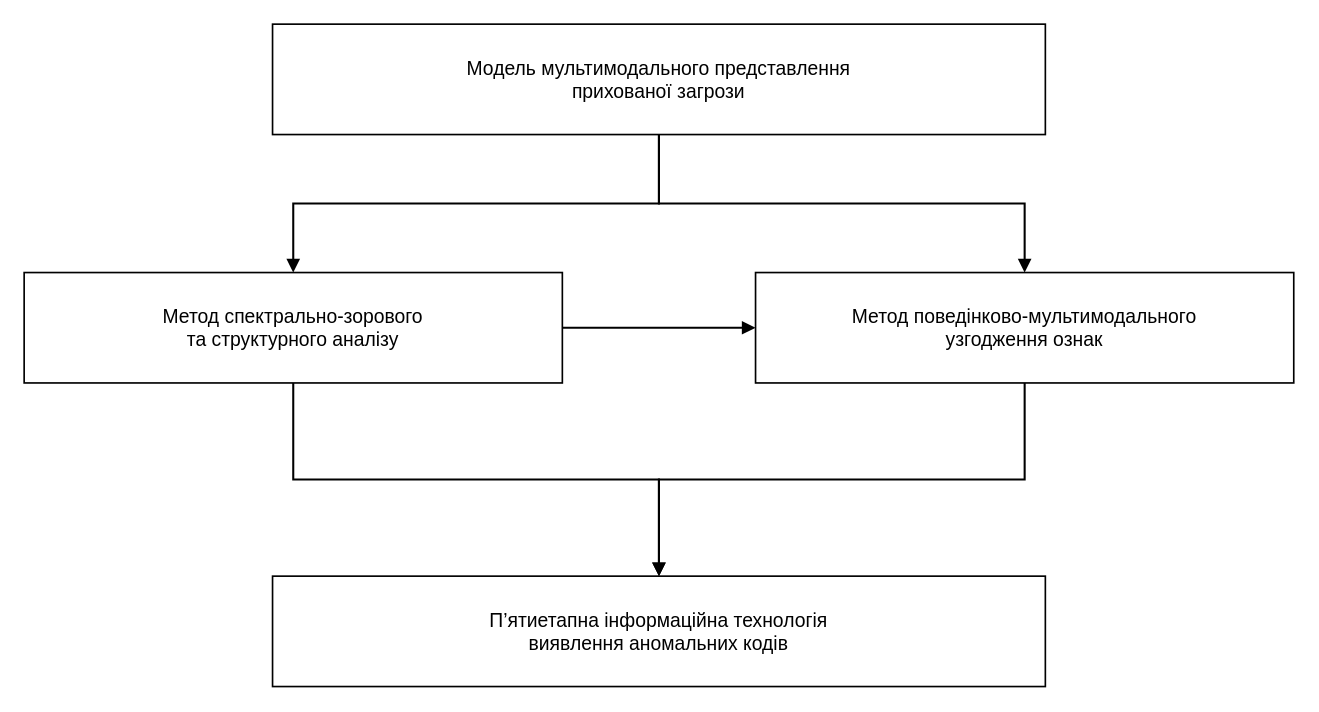
Before: title/figures_drawio/fig_2_5_detection_process.drawio in oleksandrmelnychenko/dima-phd, a draw.io diagram. Source tidied: cells renumbered, new cells numbered last; positions are measured from the earlier drawing's top-left corner, leaving out a move shared by most shapes. Both pictures are drawn from the tidied source at 138%, with x=0, y=0 at pixel (23, 23).
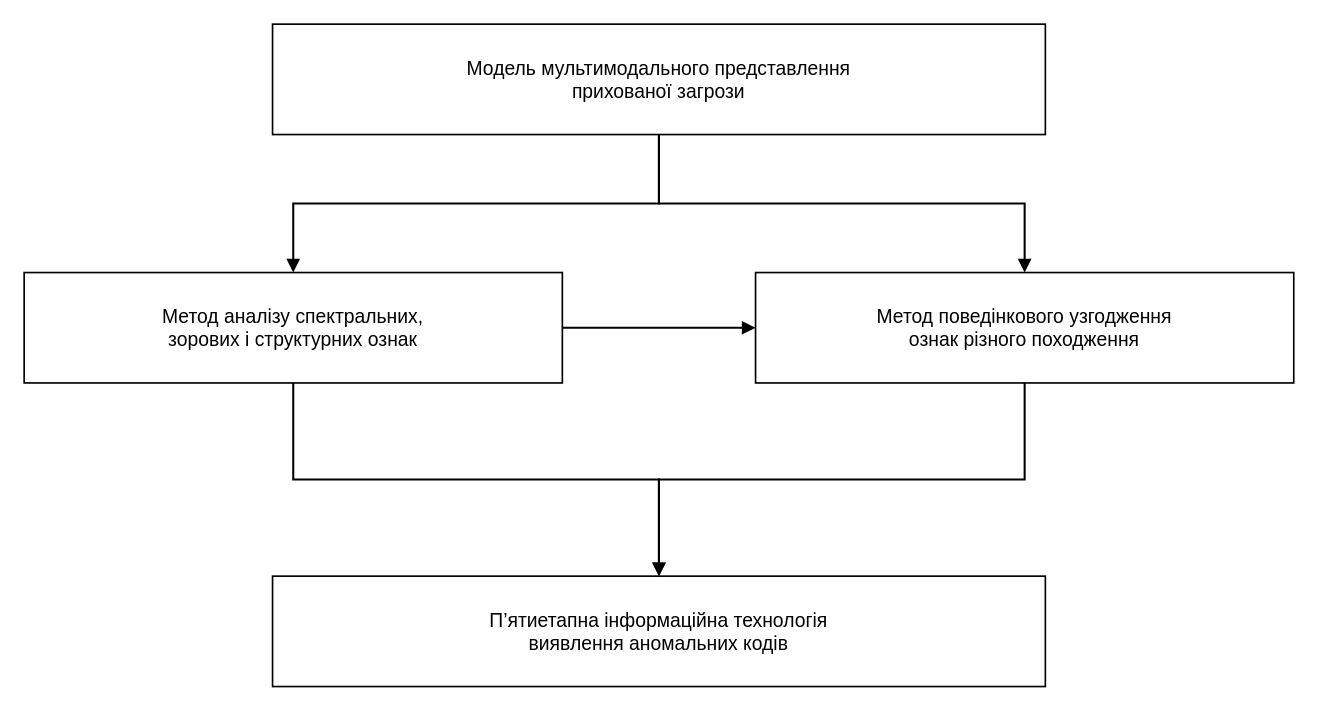
After the change.

The edit, as a diff of the source:
```diff
@@
 <mxGraphModel>
   <root>
     <mxCell id="0" />
     <mxCell id="1" parent="0" />
     <mxCell id="2" value="Модель мультимодального представлення&lt;br&gt;прихованої загрози" style="rounded=0;whiteSpace=wrap;html=1;fillColor=#ffffff;strokeColor=#000000;strokeWidth=1.2;fontColor=#000000;fontSize=14;align=center;verticalAlign=middle;spacing=8;" parent="1" vertex="1">
       <mxGeometry x="180" width="560" height="80" as="geometry" />
     </mxCell>
-    <mxCell id="3" value="Метод спектрально-зорового&lt;br&gt;та структурного аналізу" style="rounded=0;whiteSpace=wrap;html=1;fillColor=#ffffff;strokeColor=#000000;strokeWidth=1.2;fontColor=#000000;fontSize=14;align=center;verticalAlign=middle;spacing=8;" parent="1" vertex="1">
+    <mxCell id="3" value="Метод аналізу спектральних,&lt;br&gt;зорових і структурних ознак" style="rounded=0;whiteSpace=wrap;html=1;fillColor=#ffffff;strokeColor=#000000;strokeWidth=1.2;fontColor=#000000;fontSize=14;align=center;verticalAlign=middle;spacing=8;" parent="1" vertex="1">
       <mxGeometry y="180" width="390" height="80" as="geometry" />
     </mxCell>
-    <mxCell id="4" value="Метод поведінково-мультимодального&lt;br&gt;узгодження ознак" style="rounded=0;whiteSpace=wrap;html=1;fillColor=#ffffff;strokeColor=#000000;strokeWidth=1.2;fontColor=#000000;fontSize=14;align=center;verticalAlign=middle;spacing=8;" parent="1" vertex="1">
+    <mxCell id="4" value="Метод поведінкового узгодження&lt;br&gt;ознак різного походження" style="rounded=0;whiteSpace=wrap;html=1;fillColor=#ffffff;strokeColor=#000000;strokeWidth=1.2;fontColor=#000000;fontSize=14;align=center;verticalAlign=middle;spacing=8;" parent="1" vertex="1">
       <mxGeometry x="530" y="180" width="390" height="80" as="geometry" />
     </mxCell>
     <mxCell id="5" value="П’ятиетапна інформаційна технологія&lt;br&gt;виявлення аномальних кодів" style="rounded=0;whiteSpace=wrap;html=1;fillColor=#ffffff;strokeColor=#000000;strokeWidth=1.2;fontColor=#000000;fontSize=14;align=center;verticalAlign=middle;spacing=8;" parent="1" vertex="1">
       <mxGeometry x="180" y="400" width="560" height="80" as="geometry" />
     </mxCell>
     <mxCell id="6" style="edgeStyle=orthogonalEdgeStyle;rounded=0;jettySize=auto;html=1;endArrow=block;endFill=1;strokeColor=#000000;strokeWidth=1.5;" parent="1" edge="1" source="2" target="3">
       <mxGeometry relative="1" as="geometry" />
     </mxCell>
     <mxCell id="7" style="edgeStyle=orthogonalEdgeStyle;rounded=0;jettySize=auto;html=1;endArrow=block;endFill=1;strokeColor=#000000;strokeWidth=1.5;" parent="1" edge="1" source="2" target="4">
       <mxGeometry relative="1" as="geometry" />
     </mxCell>
     <mxCell id="8" style="edgeStyle=orthogonalEdgeStyle;rounded=0;jettySize=auto;html=1;endArrow=block;endFill=1;strokeColor=#000000;strokeWidth=1.5;" parent="1" edge="1" source="3" target="4">
       <mxGeometry relative="1" as="geometry" />
     </mxCell>
     <mxCell id="9" style="edgeStyle=orthogonalEdgeStyle;rounded=0;jettySize=auto;html=1;endArrow=block;endFill=1;strokeColor=#000000;strokeWidth=1.5;" parent="1" edge="1" source="3" target="5">
       <mxGeometry relative="1" as="geometry" />
     </mxCell>
     <mxCell id="10" style="edgeStyle=orthogonalEdgeStyle;rounded=0;jettySize=auto;html=1;endArrow=block;endFill=1;strokeColor=#000000;strokeWidth=1.5;" parent="1" edge="1" source="4" target="5">
       <mxGeometry relative="1" as="geometry" />
     </mxCell>
   </root>
 </mxGraphModel>
```
